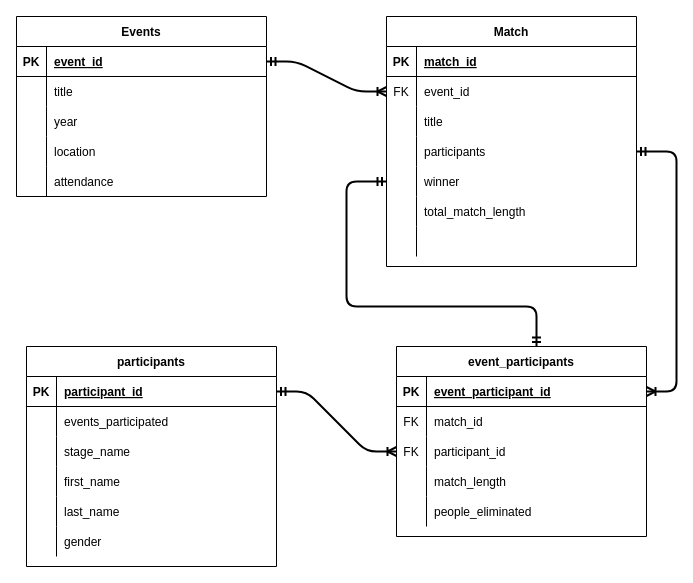
Above: Untitled Diagram.drawio in CaptSzat/chat-example (draw.io), before the change. Source tidied: cells renumbered, new cells numbered last; positions are measured from the earlier drawing's top-left corner, leaving out a move shared by most shapes. Both pictures are drawn from the tidied source at 100%, with x=0, y=0 at pixel (16, 16).
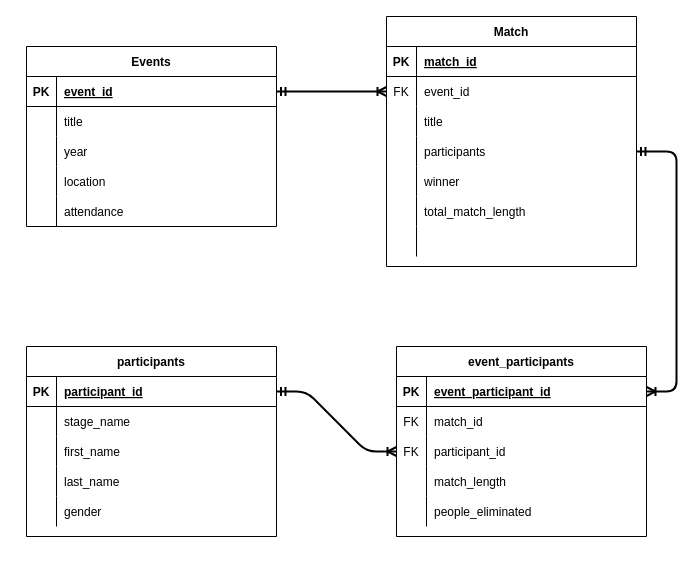
The same diagram, later.

Unchanged cells that the change refers to:
```xml
<mxCell id="16" style="shape=partialRectangle;fillColor=none;points=[[0,0.5],[1,0.5]];portConstraint=eastwest;top=0;left=0;right=0;bottom=0;" parent="3" vertex="1">
  <mxGeometry y="150" width="250" height="30" as="geometry" />
</mxCell>
<mxCell id="25" value="event_participants" style="shape=table;startSize=30;childLayout=tableLayout;rowLines=0;fontStyle=1;align=center;" parent="1" vertex="1">
  <mxGeometry x="380" y="330" width="250" height="190" as="geometry" />
</mxCell>
```

What changed in the source:
```diff
@@
     <mxCell id="41" value="Events" style="shape=table;startSize=30;childLayout=tableLayout;rowLines=0;fontStyle=1;align=center;" parent="1" vertex="1">
-      <mxGeometry width="250" height="180" as="geometry" />
+      <mxGeometry x="10" y="30" width="250" height="180" as="geometry" />
     </mxCell>
@@
     <mxCell id="57" value="participants" style="shape=table;startSize=30;childLayout=tableLayout;rowLines=0;fontStyle=1;align=center;" parent="1" vertex="1">
-      <mxGeometry x="10" y="330" width="250" height="220" as="geometry" />
+      <mxGeometry x="10" y="330" width="250" height="190" as="geometry" />
     </mxCell>
@@
-    <mxCell id="61" style="shape=partialRectangle;fillColor=none;top=0;left=0;right=0;bottom=0;" parent="57" vertex="1">
-      <mxGeometry y="60" width="250" height="30" as="geometry" />
-    </mxCell>
-    <mxCell id="62" style="shape=partialRectangle;overflow=hidden;fillColor=none;top=0;left=0;bottom=0;right=0;" parent="61" vertex="1">
-      <mxGeometry width="30" height="30" as="geometry" />
-    </mxCell>
-    <mxCell id="63" value="events_participated" style="shape=partialRectangle;overflow=hidden;fillColor=none;top=0;left=0;bottom=0;right=0;align=left;spacingLeft=6;" parent="61" vertex="1">
-      <mxGeometry x="30" width="220" height="30" as="geometry" />
-    </mxCell>
     <mxCell id="64" style="shape=partialRectangle;fillColor=none;top=0;left=0;right=0;bottom=0;" parent="57" vertex="1">
-      <mxGeometry y="90" width="250" height="30" as="geometry" />
+      <mxGeometry y="60" width="250" height="30" as="geometry" />
     </mxCell>
@@
     <mxCell id="67" style="shape=partialRectangle;fillColor=none;top=0;left=0;right=0;bottom=0;" parent="57" vertex="1">
-      <mxGeometry y="120" width="250" height="30" as="geometry" />
+      <mxGeometry y="90" width="250" height="30" as="geometry" />
     </mxCell>
@@
     <mxCell id="70" style="shape=partialRectangle;fillColor=none;top=0;left=0;right=0;bottom=0;" parent="57" vertex="1">
-      <mxGeometry y="150" width="250" height="30" as="geometry" />
+      <mxGeometry y="120" width="250" height="30" as="geometry" />
     </mxCell>
@@
     <mxCell id="73" style="shape=partialRectangle;fillColor=none;top=0;left=0;right=0;bottom=0;" parent="57" vertex="1">
-      <mxGeometry y="180" width="250" height="30" as="geometry" />
+      <mxGeometry y="150" width="250" height="30" as="geometry" />
     </mxCell>
@@
-    <mxCell id="78" style="edgeStyle=orthogonalEdgeStyle;endArrow=ERmandOne;startArrow=ERmandOne;endFill=0;startFill=0;strokeWidth=2;jumpSize=13;fontSize=17;fontStyle=0;entryX=0;entryY=0.5;entryDx=0;entryDy=0;exitX=0.56;exitY=0;exitDx=0;exitDy=0;exitPerimeter=0;" parent="1" edge="1" source="25" target="16">
-      <mxGeometry relative="1" as="geometry">
-        <Array as="points">
-          <mxPoint x="520" y="290" />
-          <mxPoint x="330" y="290" />
-          <mxPoint x="330" y="165" />
-        </Array>
-      </mxGeometry>
-    </mxCell>
```
